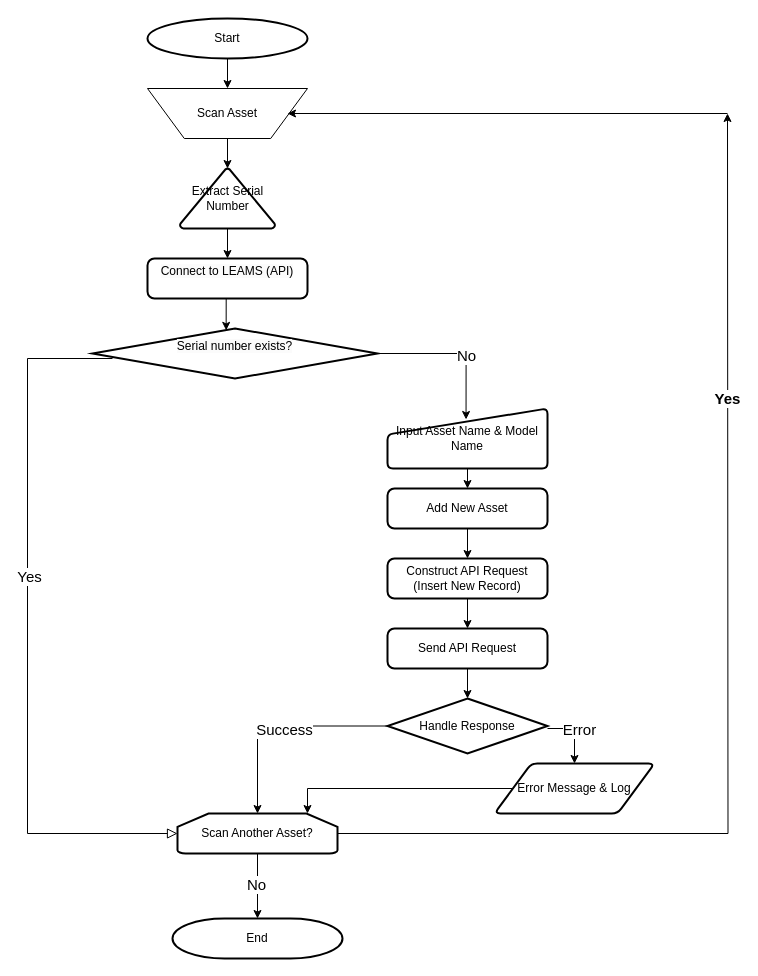
Earlier version of the draw.io diagram test.drawio (Imanetoumouh/decentralized-app). Source tidied: cells renumbered, new cells numbered last; positions are measured from the earlier drawing's top-left corner, leaving out a move shared by most shapes. Both pictures are drawn from the tidied source at 100%, with x=0, y=0 at pixel (27, 18).
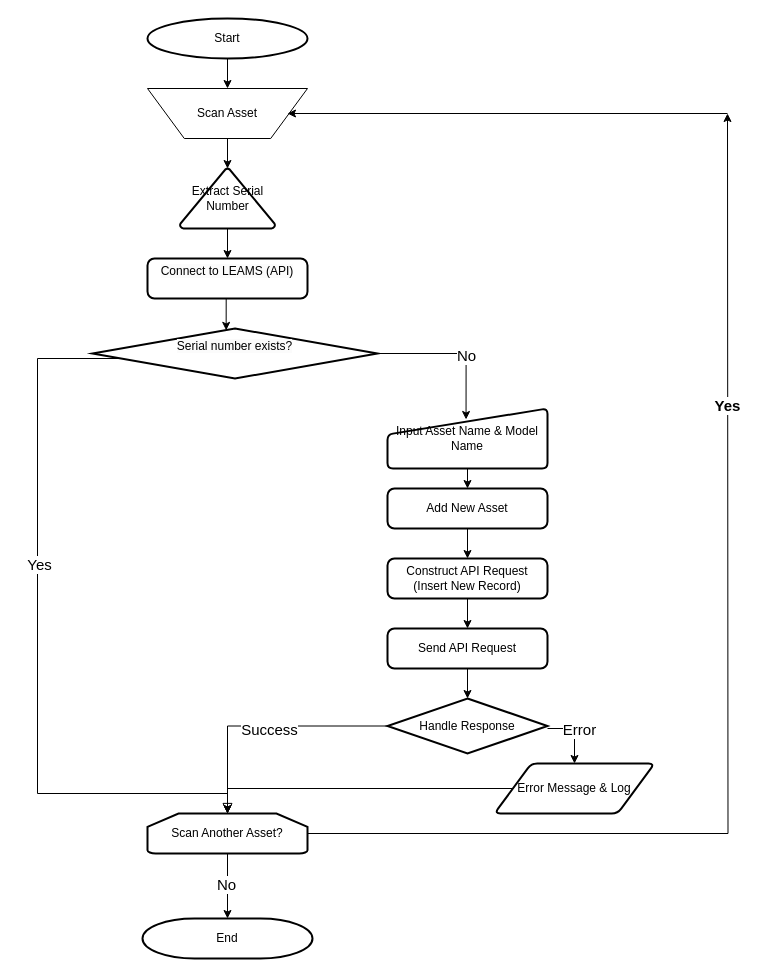
Above is the later version.

Commit message:
Mettre à jour test.drawio

Unchanged cells that the change refers to:
```xml
<mxCell id="7" value="&#10;&lt;span style=&quot;color: rgb(0, 0, 0); font-family: Helvetica; font-size: 12px; font-style: normal; font-variant-ligatures: normal; font-variant-caps: normal; font-weight: 400; letter-spacing: normal; orphans: 2; text-align: center; text-indent: 0px; text-transform: none; widows: 2; word-spacing: 0px; -webkit-text-stroke-width: 0px; white-space: normal; background-color: rgb(251, 251, 251); text-decoration-thickness: initial; text-decoration-style: initial; text-decoration-color: initial; display: inline !important; float: none;&quot;&gt;Serial number exists?&lt;/span&gt;&#10;&#10;" style="strokeWidth=2;html=1;shape=mxgraph.flowchart.decision;whiteSpace=wrap;" parent="1" vertex="1">
  <mxGeometry x="65" y="310" width="285" height="50" as="geometry" />
</mxCell>
```

What changed in the source:
```diff
@@
-    <mxCell id="2" style="rounded=0;html=1;jettySize=auto;fontSize=11;endArrow=block;endFill=0;endSize=8;strokeWidth=1;shadow=0;labelBackgroundColor=none;edgeStyle=orthogonalEdgeStyle;exitX=0;exitY=0.5;exitDx=0;exitDy=0;entryX=0;entryY=0.5;entryDx=0;entryDy=0;entryPerimeter=0;" parent="1" edge="1" target="26">
+    <mxCell id="2" style="rounded=0;html=1;jettySize=auto;fontSize=11;endArrow=block;endFill=0;endSize=8;strokeWidth=1;shadow=0;labelBackgroundColor=none;edgeStyle=orthogonalEdgeStyle;exitX=0;exitY=0.5;exitDx=0;exitDy=0;entryX=0.5;entryY=0;entryDx=0;entryDy=0;entryPerimeter=0;exitPerimeter=0;" parent="1" edge="1" source="7" target="26">
       <mxGeometry relative="1" as="geometry">
-        <mxPoint x="85" y="340" as="sourcePoint" />
         <Array as="points">
-          <mxPoint y="340" />
-          <mxPoint y="815" />
+          <mxPoint x="95" y="335" />
+          <mxPoint x="95" y="340" />
+          <mxPoint x="10" y="340" />
+          <mxPoint x="10" y="775" />
+          <mxPoint x="200" y="775" />
         </Array>
       </mxGeometry>
     </mxCell>
@@
     <mxCell id="26" value="Scan Another Asset?" style="strokeWidth=2;html=1;shape=mxgraph.flowchart.loop_limit;whiteSpace=wrap;" parent="1" vertex="1">
-      <mxGeometry x="150" y="795" width="160" height="40" as="geometry" />
+      <mxGeometry x="120" y="795" width="160" height="40" as="geometry" />
     </mxCell>
@@
     <mxCell id="29" style="edgeStyle=orthogonalEdgeStyle;rounded=0;jettySize=auto;html=1;exitX=0;exitY=0.25;exitDx=0;exitDy=0;" parent="1" edge="1" target="26">
       <mxGeometry relative="1" as="geometry">
         <mxPoint x="491.8" y="771.4" as="sourcePoint" />
         <Array as="points">
           <mxPoint x="485" y="771" />
-          <mxPoint x="485" y="770" />
-          <mxPoint x="280" y="770" />
+          <mxPoint x="200" y="770" />
         </Array>
       </mxGeometry>
     </mxCell>
@@
     <mxCell id="32" value="End" style="strokeWidth=2;html=1;shape=mxgraph.flowchart.terminator;whiteSpace=wrap;" parent="1" vertex="1">
-      <mxGeometry x="145" y="900" width="170" height="40" as="geometry" />
+      <mxGeometry x="115" y="900" width="170" height="40" as="geometry" />
     </mxCell>
```
